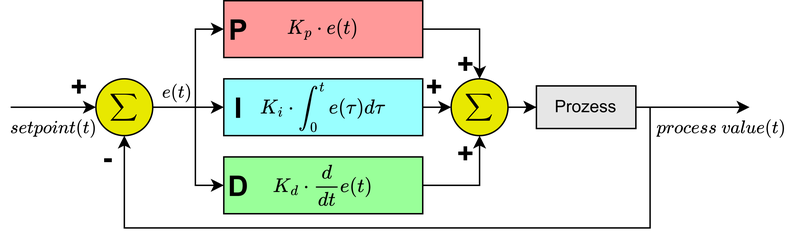
This is documents/images/PID_Controller.png from bastianklein612/Bachelor-Thesis, a draw.io export, as it was before one commit. Source tidied: cells renumbered, new cells last; positions are measured from the earlier drawing's top-left corner, leaving out a move shared by most shapes. Its diagram source:
```xml
<mxGraphModel math="1">
  <root>
    <mxCell id="0" />
    <mxCell id="1" parent="0" />
    <mxCell id="2" value="$$e(t)$$" style="edgeStyle=orthogonalEdgeStyle;rounded=0;jettySize=auto;html=1;labelBackgroundColor=none;" parent="1" edge="1" source="3" target="7">
      <mxGeometry x="-0.33" y="10" relative="1" as="geometry" />
    </mxCell>
    <mxCell id="3" value="$$\sum$$" style="ellipse;whiteSpace=wrap;html=1;fillColor=#E8E800;fontColor=#000000;" parent="1" vertex="1">
      <mxGeometry x="60" y="55" width="40" height="40" as="geometry" />
    </mxCell>
    <mxCell id="4" style="edgeStyle=orthogonalEdgeStyle;rounded=0;jettySize=auto;html=1;entryX=0.5;entryY=0;entryDx=0;entryDy=0;labelBackgroundColor=none;" parent="1" edge="1" source="6" target="12">
      <mxGeometry relative="1" as="geometry" />
    </mxCell>
    <mxCell id="5" value="+" style="edgeLabel;html=1;align=center;verticalAlign=middle;fontStyle=1;fontSize=20;labelBackgroundColor=none;" parent="4" vertex="1">
      <mxGeometry x="0.59" y="1" relative="1" as="geometry">
        <mxPoint x="-11" y="4" as="offset" />
      </mxGeometry>
    </mxCell>
    <mxCell id="6" value="$$K_p \cdot e(t)$$" style="rounded=0;whiteSpace=wrap;html=1;fillColor=#FF9999;" parent="1" vertex="1">
      <mxGeometry x="150" width="140" height="40" as="geometry" />
    </mxCell>
    <mxCell id="7" value="$$K_i \cdot \int_{0}^{t} e(\tau)d\tau$$" style="rounded=0;whiteSpace=wrap;html=1;fillColor=#99FFFF;" parent="1" vertex="1">
      <mxGeometry x="150" y="55" width="140" height="40" as="geometry" />
    </mxCell>
    <mxCell id="8" value="$$K_d \cdot \frac{d}{dt}e(t)$$" style="rounded=0;whiteSpace=wrap;html=1;fillColor=#99FF99;" parent="1" vertex="1">
      <mxGeometry x="150" y="110" width="140" height="40" as="geometry" />
    </mxCell>
    <mxCell id="9" style="endArrow=classic;html=1;rounded=0;entryX=0;entryY=0.5;entryDx=0;entryDy=0;" parent="1" edge="1" target="6">
      <mxGeometry relative="1" as="geometry">
        <mxPoint x="130" y="70" as="sourcePoint" />
        <Array as="points">
          <mxPoint x="130" y="20" />
        </Array>
      </mxGeometry>
    </mxCell>
    <mxCell id="10" style="endArrow=classic;html=1;rounded=0;" parent="1" edge="1">
      <mxGeometry relative="1" as="geometry">
        <mxPoint x="130" y="70" as="sourcePoint" />
        <mxPoint x="150" y="130" as="targetPoint" />
        <Array as="points">
          <mxPoint x="130" y="130" />
        </Array>
      </mxGeometry>
    </mxCell>
    <mxCell id="11" style="edgeStyle=orthogonalEdgeStyle;rounded=0;jettySize=auto;html=1;entryX=0;entryY=0.5;entryDx=0;entryDy=0;" parent="1" edge="1" source="12" target="17">
      <mxGeometry relative="1" as="geometry" />
    </mxCell>
    <mxCell id="12" value="$$\sum$$" style="ellipse;whiteSpace=wrap;html=1;fillColor=#E8E800;fontColor=#000000;" parent="1" vertex="1">
      <mxGeometry x="310" y="55" width="40" height="40" as="geometry" />
    </mxCell>
    <mxCell id="13" style="edgeStyle=orthogonalEdgeStyle;rounded=0;jettySize=auto;html=1;labelBackgroundColor=none;exitX=1;exitY=0.5;exitDx=0;exitDy=0;entryX=0;entryY=0.5;entryDx=0;entryDy=0;" parent="1" edge="1" source="7" target="12">
      <mxGeometry relative="1" as="geometry" />
    </mxCell>
    <mxCell id="14" value="+" style="edgeLabel;html=1;align=center;verticalAlign=middle;fontStyle=1;fontSize=20;labelBackgroundColor=none;" parent="13" vertex="1">
      <mxGeometry x="0.59" y="1" relative="1" as="geometry">
        <mxPoint x="-8" y="-14" as="offset" />
      </mxGeometry>
    </mxCell>
    <mxCell id="15" style="edgeStyle=orthogonalEdgeStyle;rounded=0;jettySize=auto;html=1;entryX=0.5;entryY=1;entryDx=0;entryDy=0;labelBackgroundColor=none;exitX=1;exitY=0.5;exitDx=0;exitDy=0;" parent="1" edge="1" source="8" target="12">
      <mxGeometry relative="1" as="geometry" />
    </mxCell>
    <mxCell id="16" value="+" style="edgeLabel;html=1;align=center;verticalAlign=middle;fontStyle=1;fontSize=20;labelBackgroundColor=none;" parent="15" vertex="1">
      <mxGeometry x="0.59" y="1" relative="1" as="geometry">
        <mxPoint x="-9" y="-3" as="offset" />
      </mxGeometry>
    </mxCell>
    <mxCell id="17" value="Prozess" style="whiteSpace=wrap;html=1;fillColor=#E6E6E6;" parent="1" vertex="1">
      <mxGeometry x="370" y="60" width="70" height="30" as="geometry" />
    </mxCell>
    <mxCell id="18" style="endArrow=classic;html=1;rounded=0;entryX=0.5;entryY=1;entryDx=0;entryDy=0;" parent="1" edge="1" target="3">
      <mxGeometry relative="1" as="geometry">
        <mxPoint x="450" y="75" as="sourcePoint" />
        <Array as="points">
          <mxPoint x="450" y="160" />
          <mxPoint x="80" y="160" />
        </Array>
      </mxGeometry>
    </mxCell>
    <mxCell id="19" style="endArrow=classic;html=1;rounded=0;exitX=1;exitY=0.5;exitDx=0;exitDy=0;" parent="1" edge="1" source="17">
      <mxGeometry relative="1" as="geometry">
        <mxPoint x="520" y="75" as="targetPoint" />
      </mxGeometry>
    </mxCell>
    <mxCell id="20" value="$$process \ value(t)$$" style="edgeLabel;html=1;align=center;verticalAlign=middle;labelBackgroundColor=none;" parent="19" vertex="1">
      <mxGeometry x="-0.05" relative="1" as="geometry">
        <mxPoint x="22" y="15" as="offset" />
      </mxGeometry>
    </mxCell>
    <mxCell id="21" style="endArrow=classic;html=1;rounded=0;entryX=0;entryY=0.5;entryDx=0;entryDy=0;" parent="1" edge="1" target="3">
      <mxGeometry relative="1" as="geometry">
        <mxPoint y="75" as="sourcePoint" />
      </mxGeometry>
    </mxCell>
    <mxCell id="22" value="$$setpoint(t)$$" style="edgeLabel;html=1;align=center;verticalAlign=middle;labelBackgroundColor=none;" parent="21" vertex="1">
      <mxGeometry x="-0.28" relative="1" as="geometry">
        <mxPoint x="8" y="15" as="offset" />
      </mxGeometry>
    </mxCell>
    <mxCell id="23" value="P" style="text;html=1;align=center;verticalAlign=middle;strokeColor=none;fillColor=none;fontSize=20;fontStyle=1;" parent="1" vertex="1">
      <mxGeometry x="140" width="40" height="40" as="geometry" />
    </mxCell>
    <mxCell id="24" value="I" style="text;html=1;align=center;verticalAlign=middle;strokeColor=none;fillColor=none;fontSize=20;fontStyle=1;" parent="1" vertex="1">
      <mxGeometry x="145" y="55" width="30" height="40" as="geometry" />
    </mxCell>
    <mxCell id="25" value="D" style="text;html=1;align=center;verticalAlign=middle;strokeColor=none;fillColor=none;fontSize=20;fontStyle=1;" parent="1" vertex="1">
      <mxGeometry x="140" y="110" width="40" height="40" as="geometry" />
    </mxCell>
    <mxCell id="26" value="+" style="edgeLabel;html=1;align=center;verticalAlign=middle;fontStyle=1;fontSize=20;labelBackgroundColor=none;" parent="1" vertex="1">
      <mxGeometry x="70" y="60" as="geometry">
        <mxPoint x="-22" as="offset" />
      </mxGeometry>
    </mxCell>
    <mxCell id="27" value="-" style="edgeLabel;html=1;align=center;verticalAlign=middle;fontStyle=1;fontSize=20;labelBackgroundColor=none;" parent="1" vertex="1">
      <mxGeometry x="90" y="110" as="geometry">
        <mxPoint x="-22" as="offset" />
      </mxGeometry>
    </mxCell>
  </root>
</mxGraphModel>
```
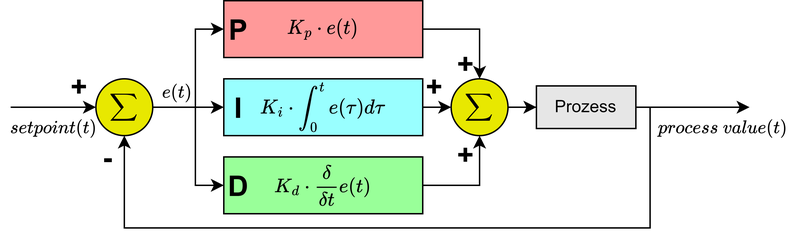
Later version of the same file.

The edit, as a diff of the source:
```diff
@@ -22,7 +22,7 @@
     <mxCell id="7" value="$$K_i \cdot \int_{0}^{t} e(\tau)d\tau$$" style="rounded=0;whiteSpace=wrap;html=1;fillColor=#99FFFF;" parent="1" vertex="1">
       <mxGeometry x="150" y="55" width="140" height="40" as="geometry" />
     </mxCell>
-    <mxCell id="8" value="$$K_d \cdot \frac{d}{dt}e(t)$$" style="rounded=0;whiteSpace=wrap;html=1;fillColor=#99FF99;" parent="1" vertex="1">
+    <mxCell id="8" value="$$K_d \cdot \frac{\delta}{\delta t}e(t)$$" style="rounded=0;whiteSpace=wrap;html=1;fillColor=#99FF99;" parent="1" vertex="1">
       <mxGeometry x="150" y="110" width="140" height="40" as="geometry" />
     </mxCell>
     <mxCell id="9" style="endArrow=classic;html=1;rounded=0;entryX=0;entryY=0.5;entryDx=0;entryDy=0;" parent="1" edge="1" target="6">
```
